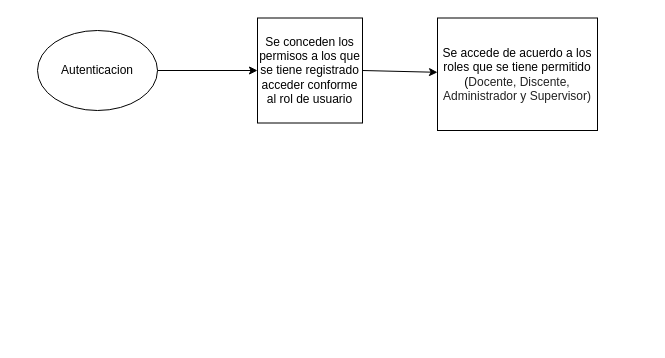
Above: AnalisisDBloques.drawio in techwolfd/web (draw.io), before the change. Source tidied: cells renumbered, new cells numbered last; positions are measured from the earlier drawing's top-left corner, leaving out a move shared by most shapes. Both pictures are drawn from the tidied source at 100%, with x=0, y=0 at pixel (37, 18).
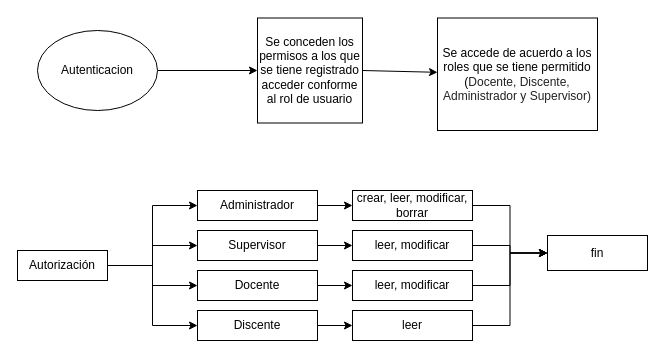
Above is the later version.

What changed in the source:
```diff
@@
+    <mxCell id="7" style="edgeStyle=orthogonalEdgeStyle;rounded=0;jettySize=auto;html=1;entryX=0;entryY=0.5;entryDx=0;entryDy=0;" parent="1" edge="1" source="11" target="13">
+      <mxGeometry relative="1" as="geometry" />
+    </mxCell>
+    <mxCell id="8" style="edgeStyle=orthogonalEdgeStyle;rounded=0;jettySize=auto;html=1;entryX=0;entryY=0.5;entryDx=0;entryDy=0;" parent="1" edge="1" source="11" target="19">
+      <mxGeometry relative="1" as="geometry" />
+    </mxCell>
+    <mxCell id="9" style="edgeStyle=orthogonalEdgeStyle;rounded=0;jettySize=auto;html=1;entryX=0;entryY=0.5;entryDx=0;entryDy=0;" parent="1" edge="1" source="11" target="15">
+      <mxGeometry relative="1" as="geometry" />
+    </mxCell>
+    <mxCell id="10" style="edgeStyle=orthogonalEdgeStyle;rounded=0;jettySize=auto;html=1;entryX=0;entryY=0.5;entryDx=0;entryDy=0;" parent="1" edge="1" source="11" target="17">
+      <mxGeometry relative="1" as="geometry" />
+    </mxCell>
+    <mxCell id="11" value="Autorización" style="rounded=0;whiteSpace=wrap;html=1;" parent="1" vertex="1">
+      <mxGeometry x="-20" y="232" width="90" height="30" as="geometry" />
+    </mxCell>
+    <mxCell id="12" style="edgeStyle=orthogonalEdgeStyle;rounded=0;jettySize=auto;html=1;entryX=0;entryY=0.5;entryDx=0;entryDy=0;" parent="1" edge="1" source="13" target="21">
+      <mxGeometry relative="1" as="geometry" />
+    </mxCell>
+    <mxCell id="13" value="Administrador" style="rounded=0;whiteSpace=wrap;html=1;" parent="1" vertex="1">
+      <mxGeometry x="160" y="172" width="120" height="30" as="geometry" />
+    </mxCell>
+    <mxCell id="14" style="edgeStyle=orthogonalEdgeStyle;rounded=0;jettySize=auto;html=1;entryX=0;entryY=0.5;entryDx=0;entryDy=0;" parent="1" edge="1" source="15" target="23">
+      <mxGeometry relative="1" as="geometry" />
+    </mxCell>
+    <mxCell id="15" value="Docente" style="rounded=0;whiteSpace=wrap;html=1;" parent="1" vertex="1">
+      <mxGeometry x="160" y="252" width="120" height="30" as="geometry" />
+    </mxCell>
+    <mxCell id="16" style="edgeStyle=orthogonalEdgeStyle;rounded=0;jettySize=auto;html=1;entryX=0;entryY=0.5;entryDx=0;entryDy=0;" parent="1" edge="1" source="17" target="25">
+      <mxGeometry relative="1" as="geometry" />
+    </mxCell>
+    <mxCell id="17" value="Discente" style="rounded=0;whiteSpace=wrap;html=1;" parent="1" vertex="1">
+      <mxGeometry x="160" y="292" width="120" height="30" as="geometry" />
+    </mxCell>
+    <mxCell id="18" style="edgeStyle=orthogonalEdgeStyle;rounded=0;jettySize=auto;html=1;entryX=0;entryY=0.5;entryDx=0;entryDy=0;" parent="1" edge="1" source="19" target="27">
+      <mxGeometry relative="1" as="geometry" />
+    </mxCell>
+    <mxCell id="19" value="Supervisor" style="rounded=0;whiteSpace=wrap;html=1;" parent="1" vertex="1">
+      <mxGeometry x="160" y="212" width="120" height="30" as="geometry" />
+    </mxCell>
+    <mxCell id="20" style="edgeStyle=orthogonalEdgeStyle;rounded=0;jettySize=auto;html=1;entryX=0;entryY=0.5;entryDx=0;entryDy=0;" parent="1" edge="1" source="21" target="28">
+      <mxGeometry relative="1" as="geometry" />
+    </mxCell>
+    <mxCell id="21" value="crear, leer, modificar, borrar" style="rounded=0;whiteSpace=wrap;html=1;" parent="1" vertex="1">
+      <mxGeometry x="315" y="172" width="120" height="30" as="geometry" />
+    </mxCell>
+    <mxCell id="22" style="edgeStyle=orthogonalEdgeStyle;rounded=0;jettySize=auto;html=1;" parent="1" edge="1" source="23" target="28">
+      <mxGeometry relative="1" as="geometry" />
+    </mxCell>
+    <mxCell id="23" value="leer, modificar" style="rounded=0;whiteSpace=wrap;html=1;" parent="1" vertex="1">
+      <mxGeometry x="315" y="252" width="120" height="30" as="geometry" />
+    </mxCell>
+    <mxCell id="24" style="edgeStyle=orthogonalEdgeStyle;rounded=0;jettySize=auto;html=1;entryX=0;entryY=0.5;entryDx=0;entryDy=0;" parent="1" edge="1" source="25" target="28">
+      <mxGeometry relative="1" as="geometry" />
+    </mxCell>
+    <mxCell id="25" value="leer" style="rounded=0;whiteSpace=wrap;html=1;" parent="1" vertex="1">
+      <mxGeometry x="315" y="292" width="120" height="30" as="geometry" />
+    </mxCell>
+    <mxCell id="26" style="edgeStyle=orthogonalEdgeStyle;rounded=0;jettySize=auto;html=1;" parent="1" edge="1" source="27" target="28">
+      <mxGeometry relative="1" as="geometry" />
+    </mxCell>
+    <mxCell id="27" value="leer, modificar" style="rounded=0;whiteSpace=wrap;html=1;" parent="1" vertex="1">
+      <mxGeometry x="315" y="212" width="120" height="30" as="geometry" />
+    </mxCell>
+    <mxCell id="28" value="fin" style="rounded=0;whiteSpace=wrap;html=1;" parent="1" vertex="1">
+      <mxGeometry x="510" y="217" width="100" height="35" as="geometry" />
+    </mxCell>
```
